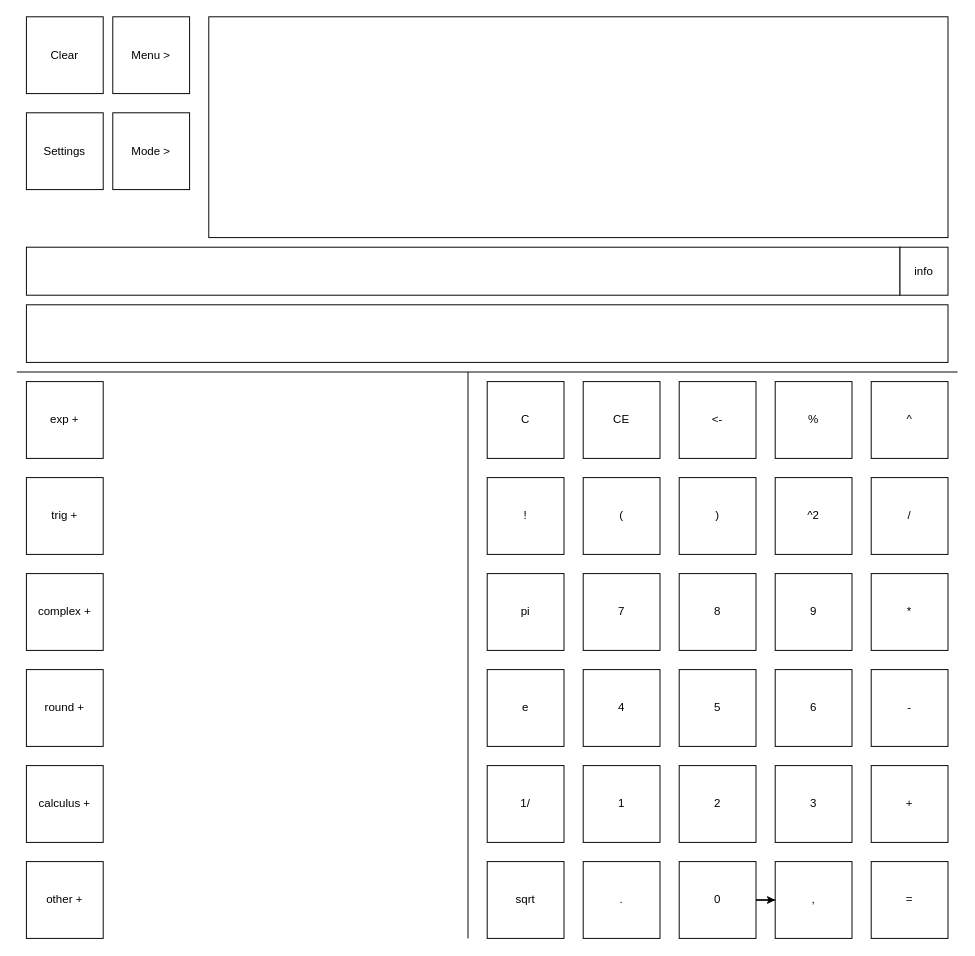
Above: caclfelx2.drawio in fiban123/CalcFlex2 (draw.io), before the change. Source tidied: cells renumbered, new cells numbered last; positions are measured from the earlier drawing's top-left corner, leaving out a move shared by most shapes. Both pictures are drawn from the tidied source at 96%, with x=0, y=0 at pixel (16, 16).
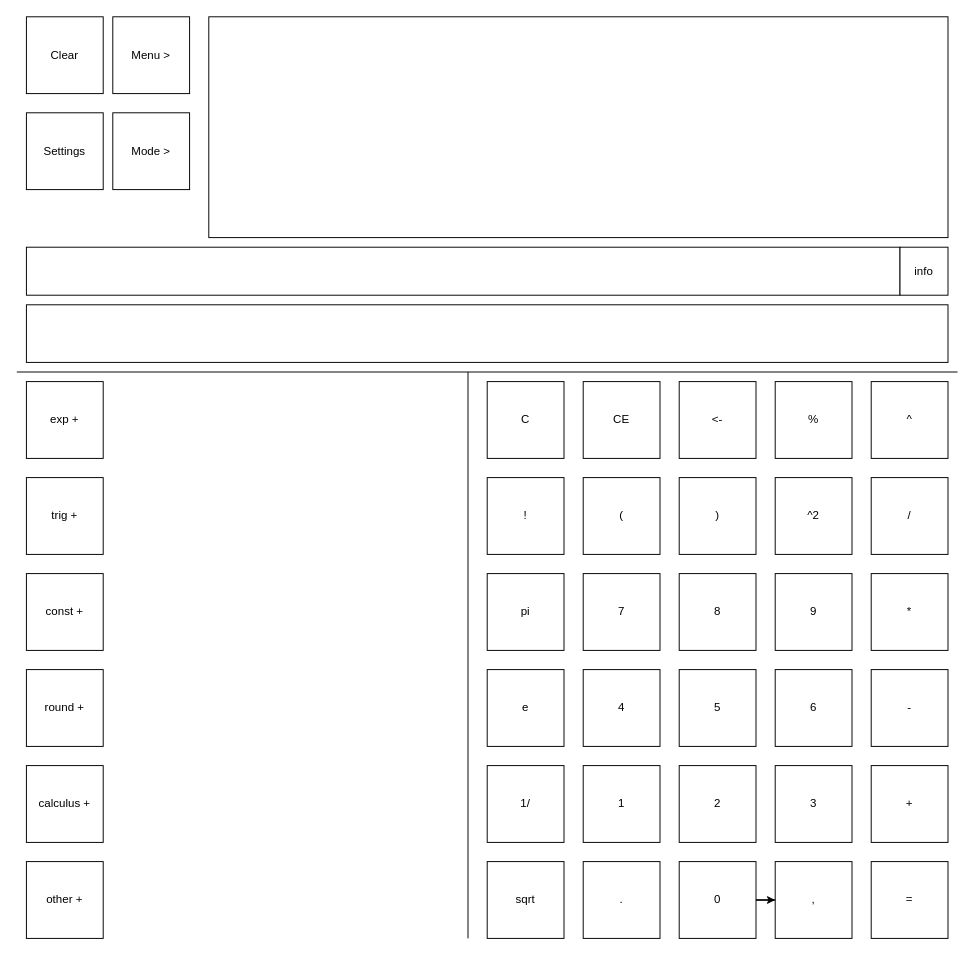
The same page after the edit.

What changed in the source:
```diff
@@
-    <mxCell id="35" value="complex +" style="whiteSpace=wrap;html=1;" parent="1" vertex="1">
+    <mxCell id="35" value="const +" style="whiteSpace=wrap;html=1;" parent="1" vertex="1">
       <mxGeometry x="10" y="580" width="80" height="80" as="geometry" />
     </mxCell>
```
